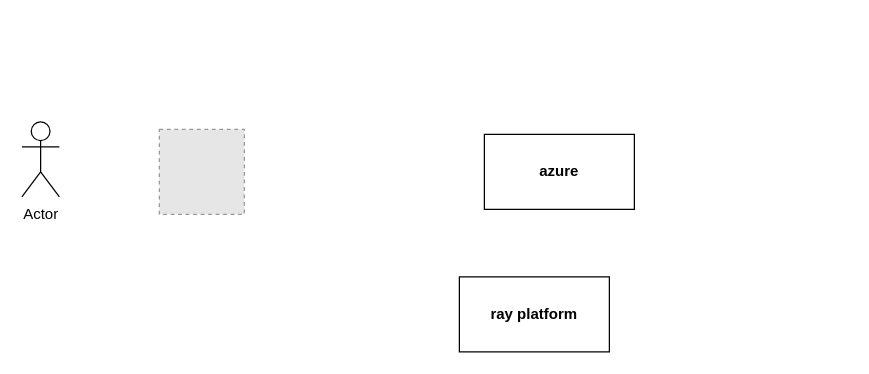
Earlier version of the draw.io diagram microsoft/chatgpt.drawio (cloudparadigms/cloud-architectures). Source tidied: cells renumbered, new cells numbered last; positions are measured from the earlier drawing's top-left corner, leaving out a move shared by most shapes. Both pictures are drawn from the tidied source at 125%, with x=0, y=0 at pixel (21, 121). Pictures stored in the file or linked from it are replaced by grey dashed boxes.
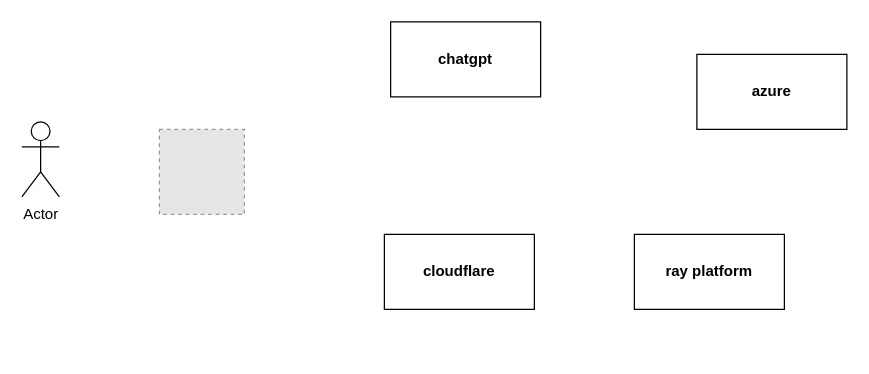
The same page after the edit.

Change to the diagram source:
```diff
@@
 <mxGraphModel>
   <root>
     <mxCell id="0" />
     <mxCell id="1" parent="0" />
     <mxCell id="2" value="&lt;div&gt;&lt;b&gt;azure&lt;/b&gt;&lt;/div&gt;" style="rounded=0;whiteSpace=wrap;html=1;" parent="1" vertex="1">
-      <mxGeometry x="370" y="10" width="120" height="60" as="geometry" />
+      <mxGeometry x="540" y="-54" width="120" height="60" as="geometry" />
     </mxCell>
     <mxCell id="3" value="&lt;b&gt;ray platform&lt;br&gt;&lt;/b&gt;" style="rounded=0;whiteSpace=wrap;html=1;" parent="1" vertex="1">
-      <mxGeometry x="350" y="124" width="120" height="60" as="geometry" />
+      <mxGeometry x="490" y="90" width="120" height="60" as="geometry" />
     </mxCell>
     <mxCell id="4" value="Actor" style="shape=umlActor;verticalLabelPosition=bottom;verticalAlign=top;html=1;" parent="1" vertex="1">
       <mxGeometry width="30" height="60" as="geometry" />
     </mxCell>
     <mxCell id="5" style="fillColor=#E6E6E6;strokeColor=#999999;dashed=1;html=1;verticalAlign=top;verticalLabelPosition=bottom;labelBackgroundColor=#ffffff;" parent="1" vertex="1">
       <mxGeometry x="110" y="6" width="68" height="68" as="geometry" />
     </mxCell>
+    <mxCell id="6" value="&lt;b&gt;chatgpt&lt;/b&gt;" style="rounded=0;whiteSpace=wrap;html=1;" parent="1" vertex="1">
+      <mxGeometry x="295" y="-80" width="120" height="60" as="geometry" />
+    </mxCell>
+    <mxCell id="7" value="&lt;b&gt;cloudflare&lt;/b&gt;" style="rounded=0;whiteSpace=wrap;html=1;" parent="1" vertex="1">
+      <mxGeometry x="290" y="90" width="120" height="60" as="geometry" />
+    </mxCell>
   </root>
 </mxGraphModel>
```
